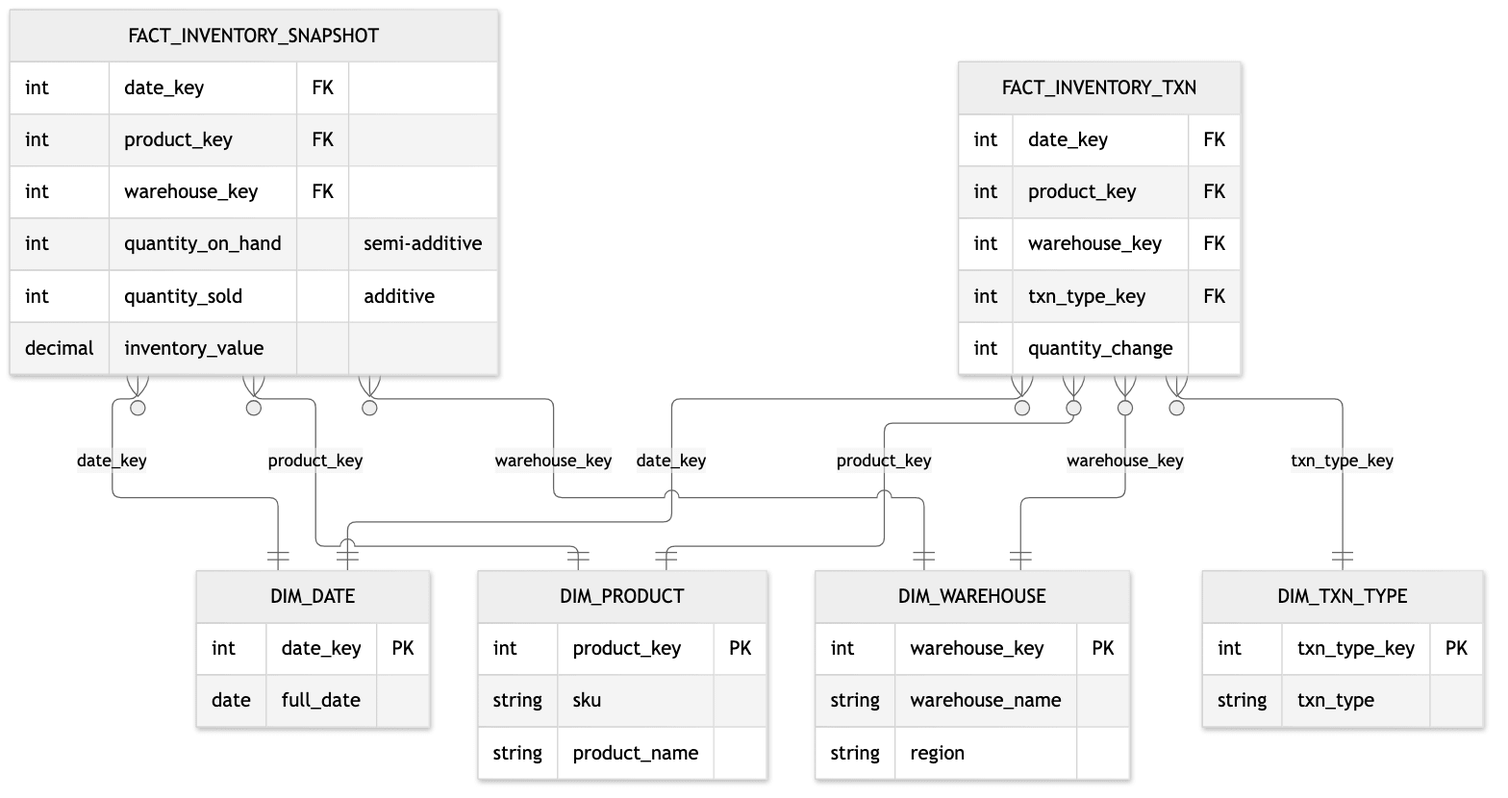
surfalytics/dataengineer_ru keeps this Mermaid diagram as public/assets/data-warehouse-toolkit/ch04-inventory-snapshot.png. Above is the earlier version. Its source is kept beside it as scripts/kimball-diagrams/src/ch04-inventory-snapshot.mmd. Its diagram source:
```mermaid
erDiagram
  FACT_INVENTORY_SNAPSHOT }o--|| DIM_DATE : "date_key"
  FACT_INVENTORY_SNAPSHOT }o--|| DIM_PRODUCT : "product_key"
  FACT_INVENTORY_SNAPSHOT }o--|| DIM_WAREHOUSE : "warehouse_key"
  FACT_INVENTORY_TXN }o--|| DIM_DATE : "date_key"
  FACT_INVENTORY_TXN }o--|| DIM_PRODUCT : "product_key"
  FACT_INVENTORY_TXN }o--|| DIM_WAREHOUSE : "warehouse_key"
  FACT_INVENTORY_TXN }o--|| DIM_TXN_TYPE : "txn_type_key"
  FACT_INVENTORY_SNAPSHOT {
    int date_key FK
    int product_key FK
    int warehouse_key FK
    int quantity_on_hand "semi-additive"
    int quantity_sold "additive"
    decimal inventory_value
  }
  FACT_INVENTORY_TXN {
    int date_key FK
    int product_key FK
    int warehouse_key FK
    int txn_type_key FK
    int quantity_change
  }
  DIM_PRODUCT {
    int product_key PK
    string sku
    string product_name
  }
  DIM_WAREHOUSE {
    int warehouse_key PK
    string warehouse_name
    string region
  }
  DIM_DATE {
    int date_key PK
    date full_date
  }
  DIM_TXN_TYPE {
    int txn_type_key PK
    string txn_type
  }
```
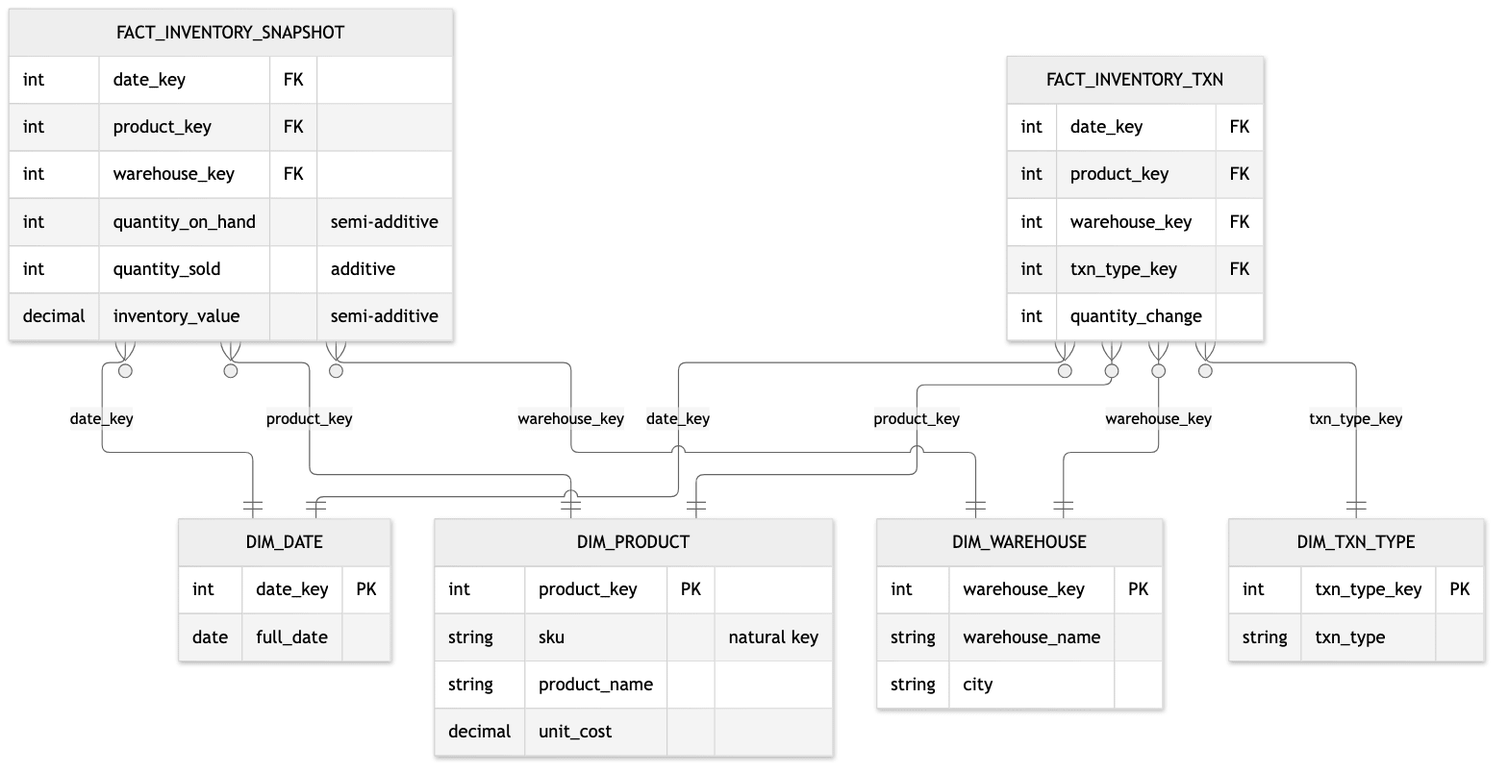
After the change.

What changed in the source:
```diff
@@ -12,7 +12,7 @@
     int warehouse_key FK
     int quantity_on_hand "semi-additive"
     int quantity_sold "additive"
-    decimal inventory_value
+    decimal inventory_value "semi-additive"
   }
   FACT_INVENTORY_TXN {
     int date_key FK
@@ -23,13 +23,14 @@
   }
   DIM_PRODUCT {
     int product_key PK
-    string sku
+    string sku "natural key"
     string product_name
+    decimal unit_cost
   }
   DIM_WAREHOUSE {
     int warehouse_key PK
     string warehouse_name
-    string region
+    string city
   }
   DIM_DATE {
     int date_key PK
```
